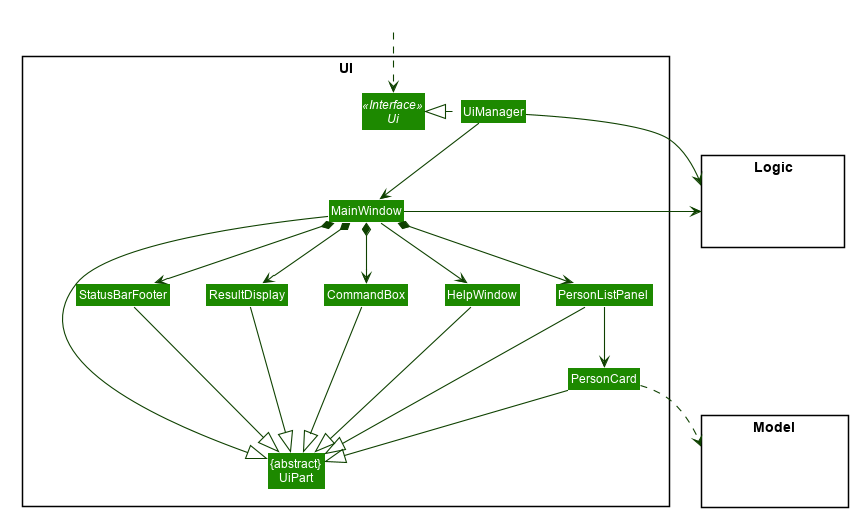
Earlier version of the PlantUML export docs/images/UiClassDiagram.png (nus-cs2103-AY1920S1/addressbook-level3).
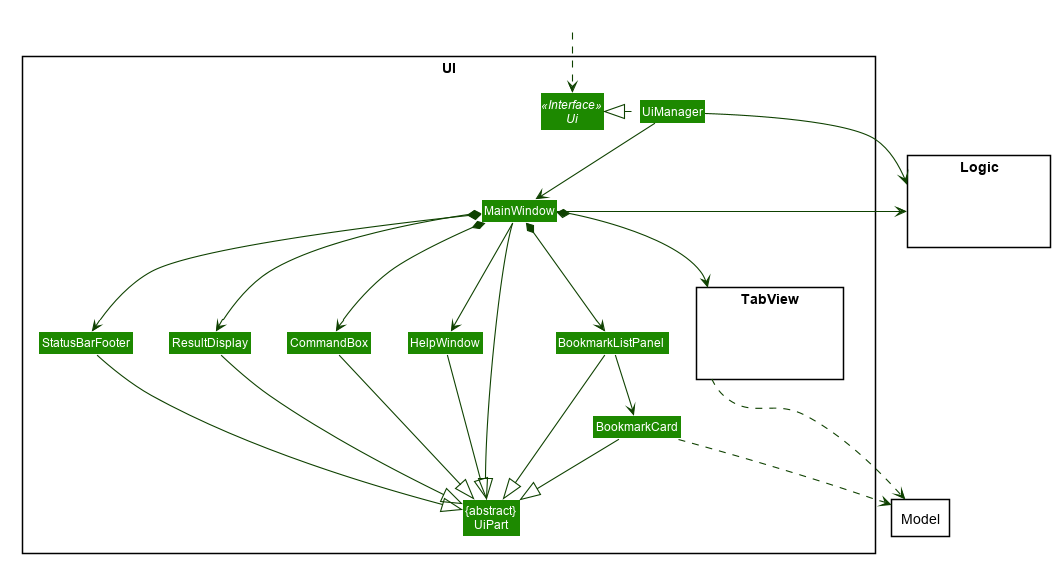
Above is the later version.

What changed in the source:
```diff
@@ -58,10 +58,13 @@
 Class MainWindow
 Class HelpWindow
 Class ResultDisplay
-Class PersonListPanel
-Class PersonCard
+Class BookmarkListPanel
+Class BookmarkCard
 Class StatusBarFooter
 Class CommandBox
+package TabView <<Rectangle>>{
+Class HiddenModel #FFFFFF
+}
 }
 
 package Model <<Rectangle>> {
@@ -80,25 +83,27 @@
 MainWindow --> HelpWindow
 MainWindow *-down-> CommandBox
 MainWindow *-down-> ResultDisplay
-MainWindow *-down-> PersonListPanel
+MainWindow *-down-> BookmarkListPanel
 MainWindow *-down-> StatusBarFooter
+MainWindow *-down-> TabView
 
-PersonListPanel -down-> PersonCard
+BookmarkListPanel -down-> BookmarkCard
 
-MainWindow -left-|> UiPart
+MainWindow --|> UiPart
 
 ResultDisplay --|> UiPart
 CommandBox --|> UiPart
-PersonListPanel --|> UiPart
-PersonCard --|> UiPart
+BookmarkListPanel --|> UiPart
+BookmarkCard --|> UiPart
 StatusBarFooter --|> UiPart
 HelpWindow -down-|> UiPart
 
-PersonCard ..> Model
+BookmarkCard ..> Model
+TabView ..> Model
 UiManager -right-> Logic
 MainWindow -left-> Logic
 
-PersonListPanel -[hidden]left- HelpWindow
+BookmarkListPanel -[hidden]left- HelpWindow
 HelpWindow -[hidden]left- CommandBox
 CommandBox -[hidden]left- ResultDisplay
 ResultDisplay -[hidden]left- StatusBarFooter
```
